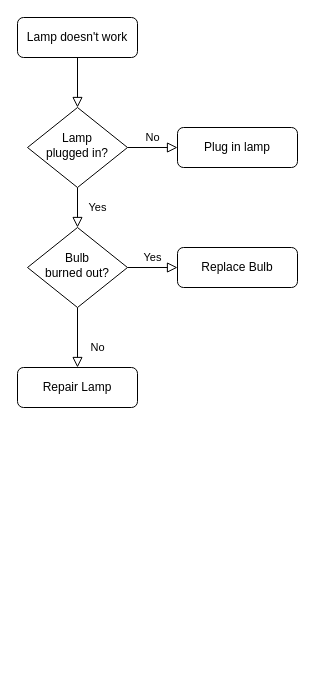
Before: Untitled Diagram.drawio in shukuiyan/gh-pages, a draw.io diagram. Source tidied: cells renumbered, new cells numbered last; positions are measured from the earlier drawing's top-left corner, leaving out a move shared by most shapes. Both pictures are drawn from the tidied source at 100%, with x=0, y=0 at pixel (17, 17).
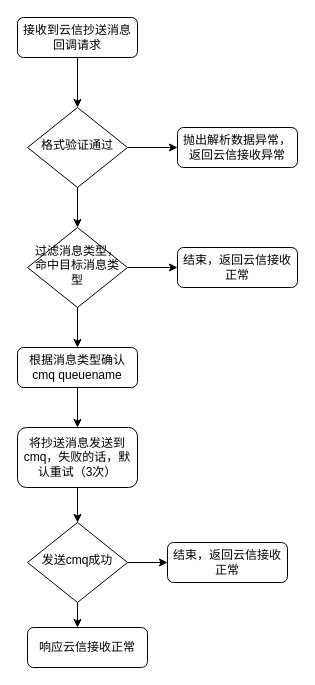
The same page after the edit.

Diff of the diagram source:
```diff
@@
-    <mxCell id="2" style="rounded=0;html=1;jettySize=auto;fontSize=11;endArrow=block;endFill=0;endSize=8;strokeWidth=1;shadow=0;labelBackgroundColor=none;edgeStyle=orthogonalEdgeStyle;" parent="1" edge="1" source="3" target="6">
+    <mxCell id="2" style="edgeStyle=orthogonalEdgeStyle;rounded=0;jettySize=auto;html=1;" parent="1" edge="1" source="3" target="6">
       <mxGeometry relative="1" as="geometry" />
     </mxCell>
-    <mxCell id="3" value="Lamp doesn't work" style="rounded=1;whiteSpace=wrap;html=1;fontSize=12;glass=0;strokeWidth=1;shadow=0;" parent="1" vertex="1">
+    <mxCell id="3" value="接收到云信抄送消息回调请求" style="rounded=1;whiteSpace=wrap;html=1;fontSize=12;glass=0;strokeWidth=1;shadow=0;" parent="1" vertex="1">
       <mxGeometry width="120" height="40" as="geometry" />
     </mxCell>
-    <mxCell id="4" value="Yes" style="rounded=0;html=1;jettySize=auto;fontSize=11;endArrow=block;endFill=0;endSize=8;strokeWidth=1;shadow=0;labelBackgroundColor=none;edgeStyle=orthogonalEdgeStyle;" parent="1" edge="1" source="6" target="10">
-      <mxGeometry y="20" relative="1" as="geometry" />
+    <mxCell id="4" style="edgeStyle=orthogonalEdgeStyle;rounded=0;jettySize=auto;html=1;" parent="1" edge="1" source="6" target="10">
+      <mxGeometry relative="1" as="geometry" />
     </mxCell>
-    <mxCell id="5" value="No" style="edgeStyle=orthogonalEdgeStyle;rounded=0;html=1;jettySize=auto;fontSize=11;endArrow=block;endFill=0;endSize=8;strokeWidth=1;shadow=0;labelBackgroundColor=none;" parent="1" edge="1" source="6" target="7">
-      <mxGeometry y="10" relative="1" as="geometry" />
+    <mxCell id="5" style="edgeStyle=orthogonalEdgeStyle;rounded=0;jettySize=auto;html=1;" parent="1" edge="1" source="6" target="7">
+      <mxGeometry relative="1" as="geometry" />
     </mxCell>
-    <mxCell id="6" value="Lamp&lt;br&gt;plugged in?" style="rhombus;whiteSpace=wrap;html=1;shadow=0;fontFamily=Helvetica;fontSize=12;align=center;strokeWidth=1;spacing=6;spacingTop=-4;" parent="1" vertex="1">
+    <mxCell id="6" value="格式验证通过" style="rhombus;whiteSpace=wrap;html=1;shadow=0;fontFamily=Helvetica;fontSize=12;align=center;strokeWidth=1;spacing=6;spacingTop=-4;" parent="1" vertex="1">
       <mxGeometry x="10" y="90" width="100" height="80" as="geometry" />
     </mxCell>
-    <mxCell id="7" value="Plug in lamp" style="rounded=1;whiteSpace=wrap;html=1;fontSize=12;glass=0;strokeWidth=1;shadow=0;" parent="1" vertex="1">
+    <mxCell id="7" value="抛出解析数据异常，返回云信接收异常" style="rounded=1;whiteSpace=wrap;html=1;fontSize=12;glass=0;strokeWidth=1;shadow=0;" parent="1" vertex="1">
       <mxGeometry x="160" y="110" width="120" height="40" as="geometry" />
     </mxCell>
+    <mxCell id="9" style="edgeStyle=orthogonalEdgeStyle;rounded=0;jettySize=auto;html=1;" parent="1" edge="1" source="10" target="12">
+      <mxGeometry relative="1" as="geometry" />
+    </mxCell>
-    <mxCell id="8" value="No" style="rounded=0;html=1;jettySize=auto;fontSize=11;endArrow=block;endFill=0;endSize=8;strokeWidth=1;shadow=0;labelBackgroundColor=none;edgeStyle=orthogonalEdgeStyle;" parent="1" edge="1" source="10" target="11">
-      <mxGeometry x="0.33" y="20" relative="1" as="geometry" />
+    <mxCell id="8" style="edgeStyle=orthogonalEdgeStyle;rounded=0;jettySize=auto;html=1;" parent="1" edge="1" source="10" target="11">
+      <mxGeometry relative="1" as="geometry" />
     </mxCell>
-    <mxCell id="9" value="Yes" style="edgeStyle=orthogonalEdgeStyle;rounded=0;html=1;jettySize=auto;fontSize=11;endArrow=block;endFill=0;endSize=8;strokeWidth=1;shadow=0;labelBackgroundColor=none;" parent="1" edge="1" source="10" target="12">
-      <mxGeometry y="10" relative="1" as="geometry" />
-    </mxCell>
-    <mxCell id="10" value="Bulb&lt;br&gt;burned out?" style="rhombus;whiteSpace=wrap;html=1;shadow=0;fontFamily=Helvetica;fontSize=12;align=center;strokeWidth=1;spacing=6;spacingTop=-4;" parent="1" vertex="1">
+    <mxCell id="10" value="过滤消息类型，命中目标消息类型" style="rhombus;whiteSpace=wrap;html=1;shadow=0;fontFamily=Helvetica;fontSize=12;align=center;strokeWidth=1;spacing=6;spacingTop=-4;" parent="1" vertex="1">
       <mxGeometry x="10" y="210" width="100" height="80" as="geometry" />
     </mxCell>
+    <mxCell id="13" style="edgeStyle=orthogonalEdgeStyle;rounded=0;jettySize=auto;html=1;" parent="1" edge="1" source="11" target="15">
+      <mxGeometry relative="1" as="geometry" />
+    </mxCell>
-    <mxCell id="11" value="Repair Lamp" style="rounded=1;whiteSpace=wrap;html=1;fontSize=12;glass=0;strokeWidth=1;shadow=0;" parent="1" vertex="1">
-      <mxGeometry y="350" width="120" height="40" as="geometry" />
+    <mxCell id="11" value="根据消息类型确认cmq queuename" style="rounded=1;whiteSpace=wrap;html=1;fontSize=12;glass=0;strokeWidth=1;shadow=0;" parent="1" vertex="1">
+      <mxGeometry y="330" width="120" height="40" as="geometry" />
     </mxCell>
-    <mxCell id="12" value="Replace Bulb" style="rounded=1;whiteSpace=wrap;html=1;fontSize=12;glass=0;strokeWidth=1;shadow=0;" parent="1" vertex="1">
+    <mxCell id="12" value="结束，返回云信接收正常" style="rounded=1;whiteSpace=wrap;html=1;fontSize=12;glass=0;strokeWidth=1;shadow=0;" parent="1" vertex="1">
       <mxGeometry x="160" y="230" width="120" height="40" as="geometry" />
     </mxCell>
+    <mxCell id="14" style="edgeStyle=orthogonalEdgeStyle;rounded=0;jettySize=auto;html=1;" parent="1" edge="1" source="15" target="18">
+      <mxGeometry relative="1" as="geometry" />
+    </mxCell>
+    <mxCell id="15" value="将抄送消息发送到cmq，失败的话，默认重试（3次）" style="whiteSpace=wrap;html=1;rounded=1;shadow=0;strokeWidth=1;glass=0;" parent="1" vertex="1">
+      <mxGeometry y="410" width="120" height="60" as="geometry" />
+    </mxCell>
+    <mxCell id="16" style="edgeStyle=orthogonalEdgeStyle;rounded=0;jettySize=auto;html=1;" parent="1" edge="1" source="18">
+      <mxGeometry relative="1" as="geometry">
+        <mxPoint x="60" y="610" as="targetPoint" />
+      </mxGeometry>
+    </mxCell>
+    <mxCell id="17" style="edgeStyle=orthogonalEdgeStyle;rounded=0;jettySize=auto;html=1;" parent="1" edge="1" source="18" target="20">
+      <mxGeometry relative="1" as="geometry" />
+    </mxCell>
+    <mxCell id="18" value="发送cmq成功" style="rhombus;whiteSpace=wrap;html=1;shadow=0;fontFamily=Helvetica;fontSize=12;align=center;strokeWidth=1;spacing=6;spacingTop=-4;" parent="1" vertex="1">
+      <mxGeometry x="10" y="505" width="100" height="80" as="geometry" />
+    </mxCell>
+    <mxCell id="19" value="响应云信接收正常" style="rounded=1;whiteSpace=wrap;html=1;fontSize=12;glass=0;strokeWidth=1;shadow=0;" parent="1" vertex="1">
+      <mxGeometry x="10" y="610" width="120" height="40" as="geometry" />
+    </mxCell>
+    <mxCell id="20" value="结束，返回云信接收正常" style="rounded=1;whiteSpace=wrap;html=1;fontSize=12;glass=0;strokeWidth=1;shadow=0;" parent="1" vertex="1">
+      <mxGeometry x="150" y="525" width="120" height="40" as="geometry" />
+    </mxCell>
```
